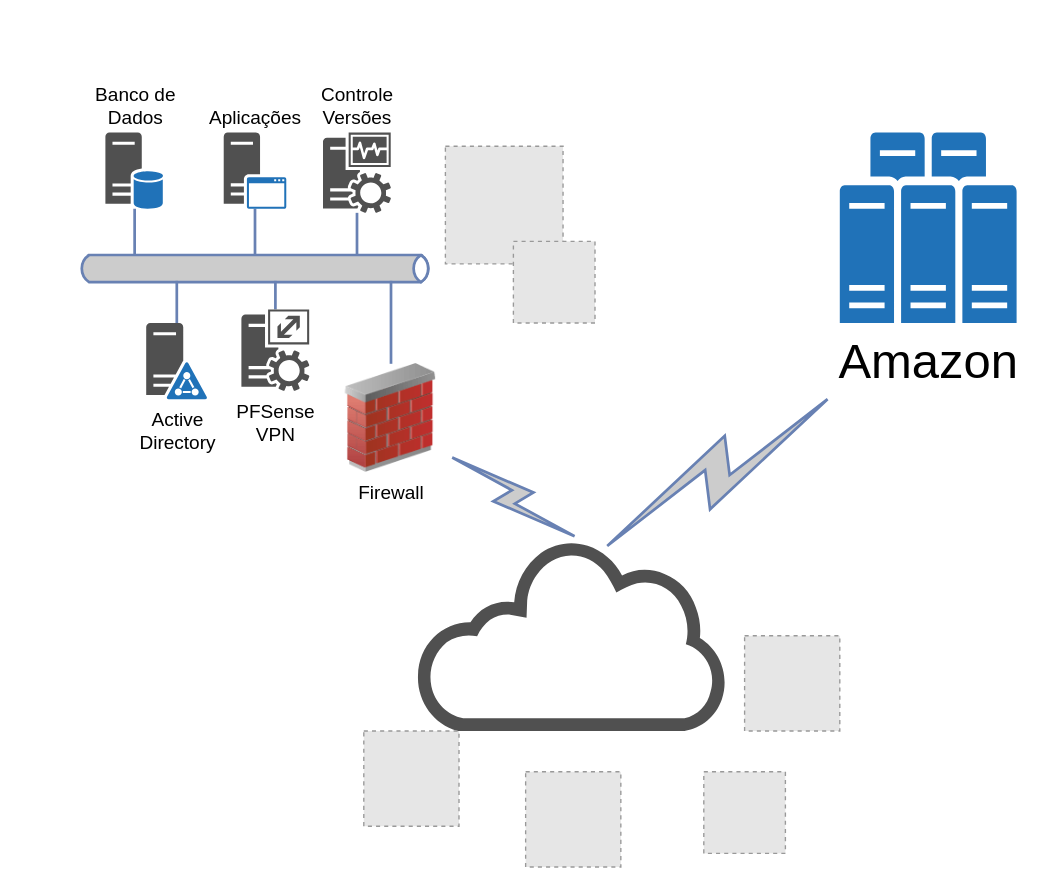
Before: Controle de Acesso.drawio in jonas-santiago/IDTrack, a draw.io diagram. Source tidied: cells renumbered, new cells numbered last; positions are measured from the earlier drawing's top-left corner, leaving out a move shared by most shapes. Both pictures are drawn from the tidied source at 136%, with x=0, y=0 at pixel (78, 132). Pictures stored in the file or linked from it are replaced by grey dashed boxes.
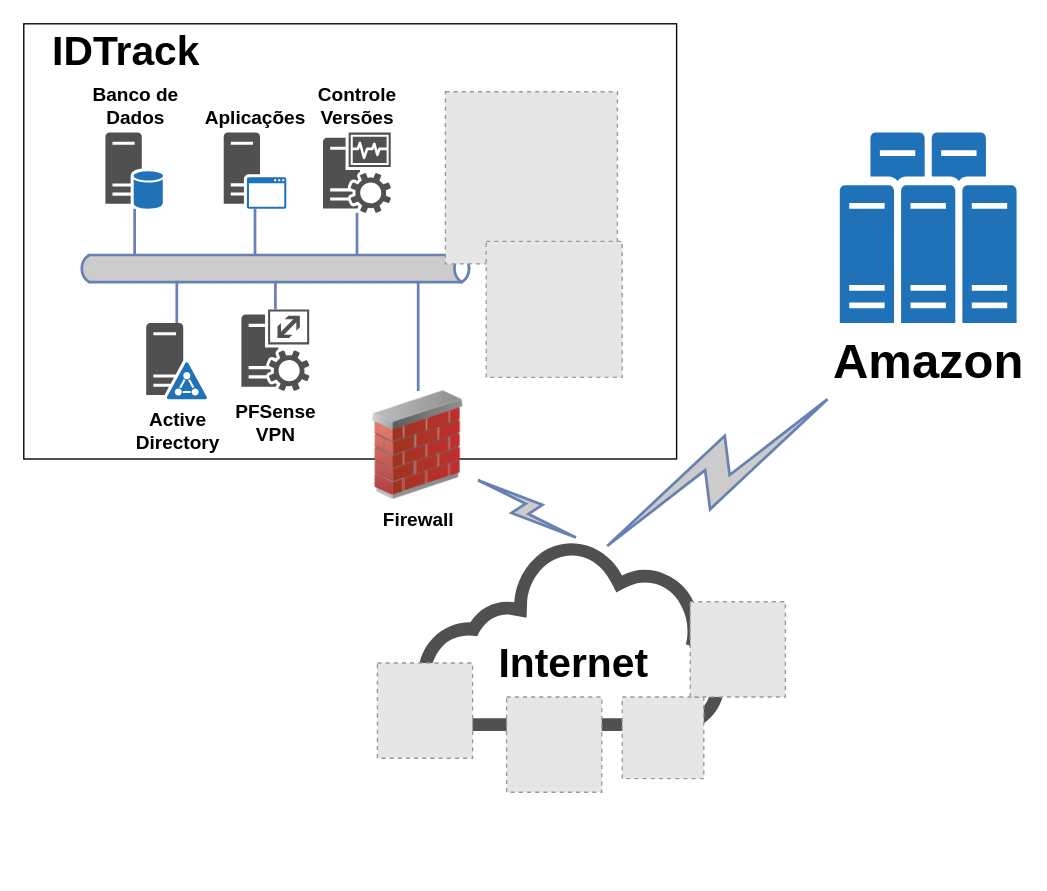
After the change.

What changed in the source:
```diff
@@
+    <mxCell id="25" style="whiteSpace=wrap;html=1;fontSize=30;" parent="1" vertex="1">
+      <mxGeometry x="-40" y="-80" width="480" height="320" as="geometry" />
+    </mxCell>
-    <mxCell id="2" style="shadow=0;dashed=0;html=1;strokeColor=none;fillColor=#505050;labelPosition=center;verticalLabelPosition=bottom;outlineConnect=0;verticalAlign=top;align=center;shape=mxgraph.office.clouds.cloud;" parent="1" vertex="1">
+    <mxCell id="2" style="shadow=0;dashed=0;html=1;strokeColor=none;fillColor=#505050;labelPosition=center;verticalLabelPosition=bottom;outlineConnect=0;verticalAlign=top;align=center;shape=mxgraph.office.clouds.cloud;fontStyle=1;" parent="1" vertex="1">
       <mxGeometry x="249" y="300" width="230" height="140" as="geometry" />
     </mxCell>
-    <mxCell id="3" style="html=1;fillColor=#CCCCCC;strokeColor=#6881B3;gradientColor=none;gradientDirection=north;strokeWidth=2;shape=mxgraph.networks.bus;gradientColor=none;gradientDirection=north;fontColor=#ffffff;perimeter=backbonePerimeter;backboneSize=20;fontSize=14;" parent="1" vertex="1">
-      <mxGeometry y="90" width="260" height="20" as="geometry" />
+    <mxCell id="3" style="html=1;fillColor=#CCCCCC;strokeColor=#6881B3;gradientColor=none;gradientDirection=north;strokeWidth=2;shape=mxgraph.networks.bus;gradientColor=none;gradientDirection=north;fontColor=#ffffff;perimeter=backbonePerimeter;backboneSize=20;fontSize=14;fontStyle=1;" parent="1" vertex="1">
+      <mxGeometry y="90" width="290" height="20" as="geometry" />
     </mxCell>
-    <mxCell id="4" style="strokeColor=#6881B3;edgeStyle=none;rounded=0;endArrow=none;html=1;strokeWidth=2;fontSize=14;" parent="1" edge="1" source="13" target="3">
+    <mxCell id="4" style="strokeColor=#6881B3;edgeStyle=none;rounded=0;endArrow=none;html=1;strokeWidth=2;fontSize=14;fontStyle=1;" parent="1" edge="1" source="13" target="3">
       <mxGeometry relative="1" as="geometry" />
     </mxCell>
-    <mxCell id="5" style="strokeColor=#6881B3;edgeStyle=none;rounded=0;endArrow=none;html=1;strokeWidth=2;fontSize=14;" parent="1" edge="1" source="14" target="3">
+    <mxCell id="5" style="strokeColor=#6881B3;edgeStyle=none;rounded=0;endArrow=none;html=1;strokeWidth=2;fontSize=14;fontStyle=1;" parent="1" edge="1" source="14" target="3">
       <mxGeometry relative="1" as="geometry" />
     </mxCell>
-    <mxCell id="6" style="strokeColor=#6881B3;edgeStyle=none;rounded=0;endArrow=none;html=1;strokeWidth=2;fontSize=14;" parent="1" edge="1" source="15" target="3">
+    <mxCell id="6" style="strokeColor=#6881B3;edgeStyle=none;rounded=0;endArrow=none;html=1;strokeWidth=2;fontSize=14;fontStyle=1;" parent="1" edge="1" source="15" target="3">
       <mxGeometry relative="1" as="geometry" />
     </mxCell>
-    <mxCell id="7" style="strokeColor=#6881B3;edgeStyle=none;rounded=0;endArrow=none;html=1;strokeWidth=2;fontSize=14;" parent="1" edge="1" source="10" target="3">
+    <mxCell id="7" style="strokeColor=#6881B3;edgeStyle=none;rounded=0;endArrow=none;html=1;strokeWidth=2;fontSize=14;fontStyle=1;" parent="1" edge="1" source="10" target="3">
       <mxGeometry relative="1" as="geometry" />
     </mxCell>
-    <mxCell id="8" style="strokeColor=#6881B3;edgeStyle=none;rounded=0;endArrow=none;html=1;strokeWidth=2;fontSize=14;" parent="1" edge="1" source="11" target="3">
+    <mxCell id="8" style="strokeColor=#6881B3;edgeStyle=none;rounded=0;endArrow=none;html=1;strokeWidth=2;fontSize=14;fontStyle=1;" parent="1" edge="1" source="11" target="3">
       <mxGeometry relative="1" as="geometry" />
     </mxCell>
-    <mxCell id="9" style="strokeColor=#6881B3;edgeStyle=none;rounded=0;endArrow=none;html=1;strokeWidth=2;fontSize=14;" parent="1" edge="1" source="12" target="3">
+    <mxCell id="9" style="strokeColor=#6881B3;edgeStyle=none;rounded=0;endArrow=none;html=1;strokeWidth=2;fontSize=14;fontStyle=1;" parent="1" edge="1" source="12" target="3">
       <mxGeometry relative="1" as="geometry" />
     </mxCell>
-    <mxCell id="10" value="Active &lt;br style=&quot;font-size: 14px;&quot;&gt;Directory" style="shadow=0;dashed=0;html=1;strokeColor=none;fillColor=#505050;labelPosition=center;verticalLabelPosition=bottom;verticalAlign=top;outlineConnect=0;align=center;shape=mxgraph.office.servers.active_directory_federation_services_server_blue;fontSize=14;" parent="1" vertex="1">
+    <mxCell id="10" value="Active &lt;br style=&quot;font-size: 14px;&quot;&gt;Directory" style="shadow=0;dashed=0;html=1;strokeColor=none;fillColor=#505050;labelPosition=center;verticalLabelPosition=bottom;verticalAlign=top;outlineConnect=0;align=center;shape=mxgraph.office.servers.active_directory_federation_services_server_blue;fontSize=14;fontStyle=1;" parent="1" vertex="1">
       <mxGeometry x="50" y="140" width="45" height="56" as="geometry" />
     </mxCell>
-    <mxCell id="11" value="PFSense&lt;br style=&quot;font-size: 14px;&quot;&gt;VPN" style="shadow=0;dashed=0;html=1;strokeColor=none;fillColor=#505050;labelPosition=center;verticalLabelPosition=bottom;verticalAlign=top;outlineConnect=0;align=center;shape=mxgraph.office.servers.call_admission_control_service;fontSize=14;" parent="1" vertex="1">
+    <mxCell id="11" value="PFSense&lt;br style=&quot;font-size: 14px;&quot;&gt;VPN" style="shadow=0;dashed=0;html=1;strokeColor=none;fillColor=#505050;labelPosition=center;verticalLabelPosition=bottom;verticalAlign=top;outlineConnect=0;align=center;shape=mxgraph.office.servers.call_admission_control_service;fontSize=14;fontStyle=1;" parent="1" vertex="1">
       <mxGeometry x="120" y="130" width="50" height="60" as="geometry" />
     </mxCell>
-    <mxCell id="12" value="Firewall" style="image;html=1;image=img/lib/clip_art/networking/Firewall_02_128x128.png;fontSize=14;" parent="1" vertex="1">
-      <mxGeometry x="190" y="170" width="80" height="80" as="geometry" />
+    <mxCell id="12" value="Firewall" style="image;html=1;image=img/lib/clip_art/networking/Firewall_02_128x128.png;fontSize=14;fontStyle=1;" parent="1" vertex="1">
+      <mxGeometry x="210" y="190" width="80" height="80" as="geometry" />
     </mxCell>
-    <mxCell id="13" value="Banco de&lt;br style=&quot;font-size: 14px;&quot;&gt;Dados" style="shadow=0;dashed=0;html=1;strokeColor=none;fillColor=#505050;labelPosition=center;verticalLabelPosition=top;verticalAlign=bottom;outlineConnect=0;align=center;shape=mxgraph.office.servers.database_server_blue;fontSize=14;" parent="1" vertex="1">
+    <mxCell id="13" value="Banco de&lt;br style=&quot;font-size: 14px;&quot;&gt;Dados" style="shadow=0;dashed=0;html=1;strokeColor=none;fillColor=#505050;labelPosition=center;verticalLabelPosition=top;verticalAlign=bottom;outlineConnect=0;align=center;shape=mxgraph.office.servers.database_server_blue;fontSize=14;fontStyle=1;" parent="1" vertex="1">
       <mxGeometry x="20" width="43" height="56" as="geometry" />
     </mxCell>
-    <mxCell id="14" value="Aplicações" style="shadow=0;dashed=0;html=1;strokeColor=none;fillColor=#505050;labelPosition=center;verticalLabelPosition=top;verticalAlign=bottom;outlineConnect=0;align=center;shape=mxgraph.office.servers.application_server_blue;fontSize=14;" parent="1" vertex="1">
+    <mxCell id="14" value="Aplicações" style="shadow=0;dashed=0;html=1;strokeColor=none;fillColor=#505050;labelPosition=center;verticalLabelPosition=top;verticalAlign=bottom;outlineConnect=0;align=center;shape=mxgraph.office.servers.application_server_blue;fontSize=14;fontStyle=1;" parent="1" vertex="1">
       <mxGeometry x="107" width="46" height="56" as="geometry" />
     </mxCell>
-    <mxCell id="15" value="Controle&lt;br style=&quot;font-size: 14px;&quot;&gt;Versões" style="shadow=0;dashed=0;html=1;strokeColor=none;fillColor=#505050;labelPosition=center;verticalLabelPosition=top;verticalAlign=bottom;outlineConnect=0;align=center;shape=mxgraph.office.servers.monitoring_sql_reporting_services;fontSize=14;" parent="1" vertex="1">
+    <mxCell id="15" value="Controle&lt;br style=&quot;font-size: 14px;&quot;&gt;Versões" style="shadow=0;dashed=0;html=1;strokeColor=none;fillColor=#505050;labelPosition=center;verticalLabelPosition=top;verticalAlign=bottom;outlineConnect=0;align=center;shape=mxgraph.office.servers.monitoring_sql_reporting_services;fontSize=14;fontStyle=1;" parent="1" vertex="1">
       <mxGeometry x="180" width="50" height="59" as="geometry" />
     </mxCell>
-    <mxCell id="16" value="Amazon" style="shadow=0;dashed=0;html=1;strokeColor=none;fillColor=#505050;labelPosition=center;verticalLabelPosition=bottom;verticalAlign=top;align=center;shape=mxgraph.office.servers.server_farm;fillColor=#2072B8;fontSize=36;" parent="1" vertex="1">
+    <mxCell id="16" value="Amazon" style="shadow=0;dashed=0;html=1;strokeColor=none;fillColor=#505050;labelPosition=center;verticalLabelPosition=bottom;verticalAlign=top;align=center;shape=mxgraph.office.servers.server_farm;fillColor=#2072B8;fontSize=36;fontStyle=1;" parent="1" vertex="1">
       <mxGeometry x="560" width="130" height="140" as="geometry" />
     </mxCell>
-    <mxCell id="17" style="fillColor=#E6E6E6;strokeColor=#999999;dashed=1;verticalLabelPosition=bottom;labelBackgroundColor=#ffffff;verticalAlign=top;" parent="1" vertex="1">
-      <mxGeometry x="329" y="470" width="70" height="70" as="geometry" />
+    <mxCell id="17" style="fillColor=#E6E6E6;strokeColor=#999999;dashed=1;verticalLabelPosition=bottom;labelBackgroundColor=#ffffff;verticalAlign=top;fontStyle=1;" parent="1" vertex="1">
+      <mxGeometry x="315" y="415" width="70" height="70" as="geometry" />
     </mxCell>
-    <mxCell id="18" style="fillColor=#E6E6E6;strokeColor=#999999;dashed=1;verticalLabelPosition=bottom;labelBackgroundColor=#ffffff;verticalAlign=top;" parent="1" vertex="1">
-      <mxGeometry x="270" y="10" width="86.5" height="86.5" as="geometry" />
+    <mxCell id="18" style="fillColor=#E6E6E6;strokeColor=#999999;dashed=1;verticalLabelPosition=bottom;labelBackgroundColor=#ffffff;verticalAlign=top;fontStyle=1;" parent="1" vertex="1">
+      <mxGeometry x="270" y="-30" width="126.5" height="126.5" as="geometry" />
     </mxCell>
-    <mxCell id="19" style="fillColor=#E6E6E6;strokeColor=#999999;dashed=1;verticalLabelPosition=bottom;labelBackgroundColor=#ffffff;verticalAlign=top;" parent="1" vertex="1">
-      <mxGeometry x="320" y="80" width="60" height="60" as="geometry" />
+    <mxCell id="19" style="fillColor=#E6E6E6;strokeColor=#999999;dashed=1;verticalLabelPosition=bottom;labelBackgroundColor=#ffffff;verticalAlign=top;fontStyle=1;" parent="1" vertex="1">
+      <mxGeometry x="300" y="80" width="100" height="100" as="geometry" />
     </mxCell>
-    <mxCell id="20" style="fillColor=#E6E6E6;strokeColor=#999999;dashed=1;verticalLabelPosition=bottom;labelBackgroundColor=#ffffff;verticalAlign=top;" parent="1" vertex="1">
-      <mxGeometry x="210" y="440" width="70" height="70" as="geometry" />
+    <mxCell id="20" style="fillColor=#E6E6E6;strokeColor=#999999;dashed=1;verticalLabelPosition=bottom;labelBackgroundColor=#ffffff;verticalAlign=top;fontStyle=1;" parent="1" vertex="1">
+      <mxGeometry x="220" y="390" width="70" height="70" as="geometry" />
     </mxCell>
-    <mxCell id="21" style="fillColor=#E6E6E6;strokeColor=#999999;dashed=1;verticalLabelPosition=bottom;labelBackgroundColor=#ffffff;verticalAlign=top;" parent="1" vertex="1">
-      <mxGeometry x="460" y="470" width="60" height="60" as="geometry" />
+    <mxCell id="21" style="fillColor=#E6E6E6;strokeColor=#999999;dashed=1;verticalLabelPosition=bottom;labelBackgroundColor=#ffffff;verticalAlign=top;fontStyle=1;" parent="1" vertex="1">
+      <mxGeometry x="400" y="415" width="60" height="60" as="geometry" />
     </mxCell>
-    <mxCell id="22" style="fillColor=#E6E6E6;strokeColor=#999999;dashed=1;verticalLabelPosition=bottom;labelBackgroundColor=#ffffff;verticalAlign=top;" parent="1" vertex="1">
-      <mxGeometry x="490" y="370" width="70" height="70" as="geometry" />
+    <mxCell id="22" style="fillColor=#E6E6E6;strokeColor=#999999;dashed=1;verticalLabelPosition=bottom;labelBackgroundColor=#ffffff;verticalAlign=top;fontStyle=1;" parent="1" vertex="1">
+      <mxGeometry x="450" y="345" width="70" height="70" as="geometry" />
     </mxCell>
-    <mxCell id="23" style="html=1;outlineConnect=0;fillColor=#CCCCCC;strokeColor=#6881B3;gradientColor=none;gradientDirection=north;strokeWidth=2;shape=mxgraph.networks.comm_link_edge;html=1;fontSize=14;exitX=0.526;exitY=0;exitDx=0;exitDy=0;exitPerimeter=0;" parent="1" edge="1" source="2" target="12">
+    <mxCell id="23" style="html=1;outlineConnect=0;fillColor=#CCCCCC;strokeColor=#6881B3;gradientColor=none;gradientDirection=north;strokeWidth=2;shape=mxgraph.networks.comm_link_edge;html=1;fontSize=14;exitX=0.526;exitY=0;exitDx=0;exitDy=0;exitPerimeter=0;fontStyle=1;" parent="1" edge="1" source="2" target="12">
       <mxGeometry relative="1" as="geometry" />
     </mxCell>
-    <mxCell id="24" style="html=1;outlineConnect=0;fillColor=#CCCCCC;strokeColor=#6881B3;gradientColor=none;gradientDirection=north;strokeWidth=2;shape=mxgraph.networks.comm_link_edge;html=1;fontSize=14;exitX=0.526;exitY=0;exitDx=0;exitDy=0;exitPerimeter=0;" parent="1" edge="1">
+    <mxCell id="24" style="html=1;outlineConnect=0;fillColor=#CCCCCC;strokeColor=#6881B3;gradientColor=none;gradientDirection=north;strokeWidth=2;shape=mxgraph.networks.comm_link_edge;html=1;fontSize=14;exitX=0.526;exitY=0;exitDx=0;exitDy=0;exitPerimeter=0;fontStyle=1;" parent="1" edge="1">
       <mxGeometry relative="1" as="geometry">
         <mxPoint x="380" y="310" as="sourcePoint" />
         <mxPoint x="560" y="190" as="targetPoint" />
       </mxGeometry>
     </mxCell>
+    <mxCell id="26" value="Internet" style="text;html=1;align=center;verticalAlign=middle;fillColor=none;strokeColor=none;rounded=0;fontSize=30;fontStyle=1;" parent="1" vertex="1">
+      <mxGeometry x="299" y="370" width="130" height="40" as="geometry" />
+    </mxCell>
+    <mxCell id="27" value="IDTrack" style="text;html=1;align=center;verticalAlign=middle;fillColor=none;strokeColor=none;rounded=0;fontSize=30;fontStyle=1;" parent="1" vertex="1">
+      <mxGeometry x="-25" y="-80" width="120" height="40" as="geometry" />
+    </mxCell>
```
